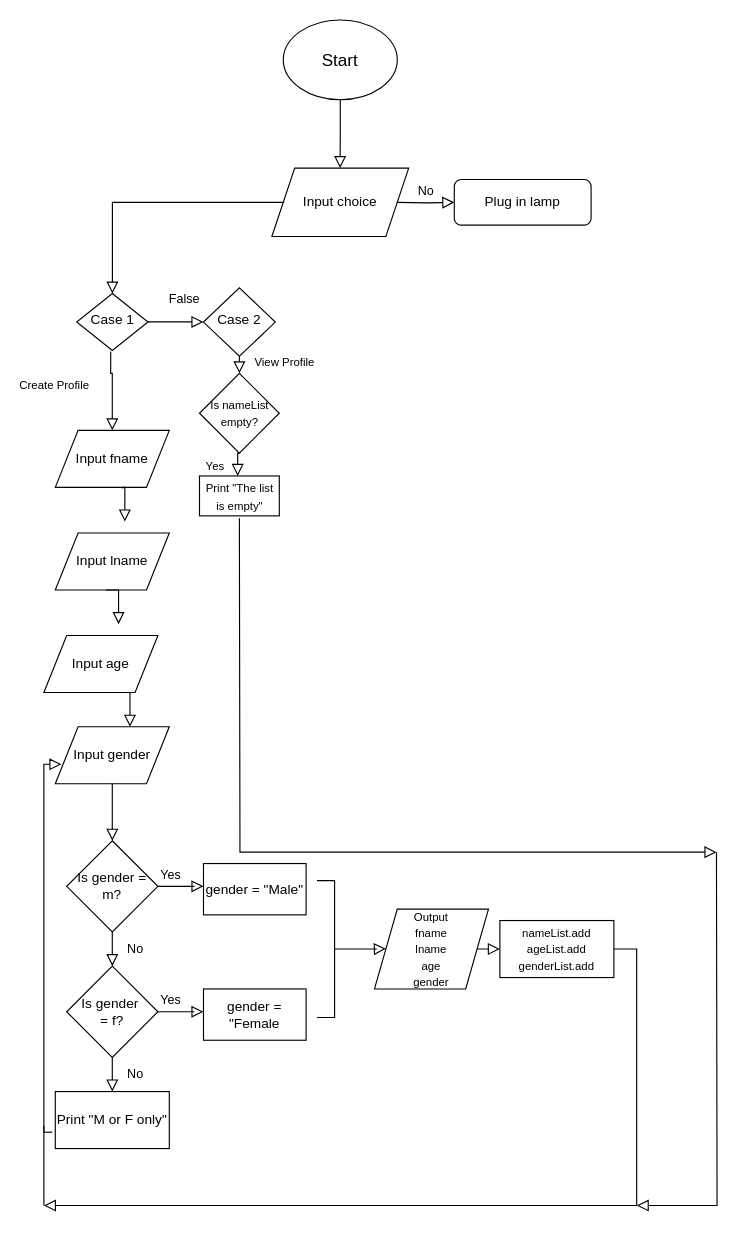
Earlier version of the draw.io diagram Untitled Diagram.drawio (Sens3iProgrammer/random_stuff). Source tidied: cells renumbered, new cells numbered last; positions are measured from the earlier drawing's top-left corner, leaving out a move shared by most shapes. Both pictures are drawn from the tidied source at 114%, with x=0, y=0 at pixel (43, 19).
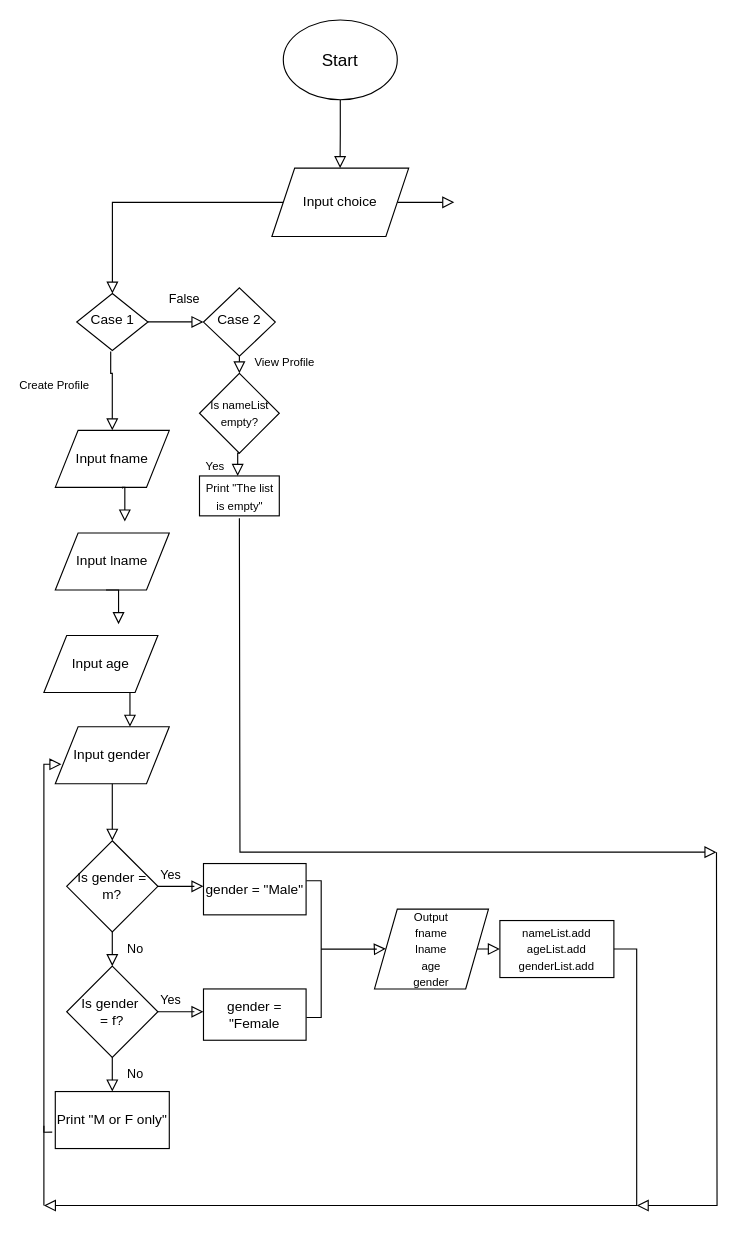
The same diagram, later.

Diff of the diagram source:
```diff
@@
-    <mxCell id="4" value="No" style="edgeStyle=orthogonalEdgeStyle;rounded=0;html=1;jettySize=auto;fontSize=11;endArrow=block;endFill=0;endSize=8;strokeWidth=1;shadow=0;labelBackgroundColor=none;" parent="1" edge="1" target="5">
+    <mxCell id="4" style="edgeStyle=orthogonalEdgeStyle;rounded=0;html=1;jettySize=auto;orthogonalLoop=1;fontSize=11;endArrow=block;endFill=0;endSize=8;strokeWidth=1;shadow=0;labelBackgroundColor=none;" parent="1" edge="1">
       <mxGeometry y="10" relative="1" as="geometry">
         <mxPoint x="310" y="160" as="sourcePoint" />
+        <mxPoint x="360" y="160" as="targetPoint" />
       </mxGeometry>
     </mxCell>
-    <mxCell id="5" value="Plug in lamp" style="rounded=1;whiteSpace=wrap;html=1;fontSize=12;glass=0;strokeWidth=1;shadow=0;" parent="1" vertex="1">
-      <mxGeometry x="360" y="140" width="120" height="40" as="geometry" />
-    </mxCell>
@@
-    <mxCell id="29" style="shape=partialRectangle;whiteSpace=wrap;html=1;bottom=1;right=1;left=1;top=0;fillColor=none;routingCenterX=-0.5;rotation=-90;" parent="1" vertex="1">
-      <mxGeometry x="187.5" y="807.5" width="120" height="15" as="geometry" />
+    <mxCell id="29" style="shape=partialRectangle;bottom=1;right=1;left=1;top=0;fillColor=none;routingCenterX=-0.5;rotation=-90;" parent="1" vertex="1">
+      <mxGeometry x="177" y="808.8" width="120" height="12.5" as="geometry" />
     </mxCell>
```
